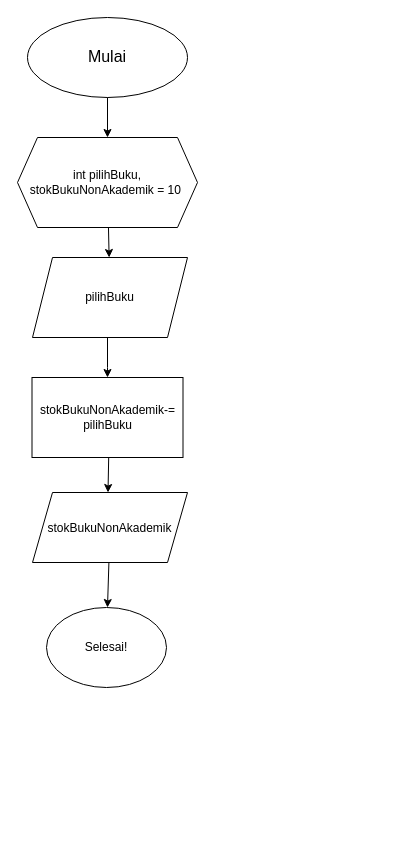
Above: Jobsheet 4/Flowchart Proyek.drawio in Dhnillhaq/daspro-jobsheet (draw.io), before the change. Source tidied: cells renumbered, new cells numbered last; positions are measured from the earlier drawing's top-left corner, leaving out a move shared by most shapes. Both pictures are drawn from the tidied source at 100%, with x=0, y=0 at pixel (17, 17).
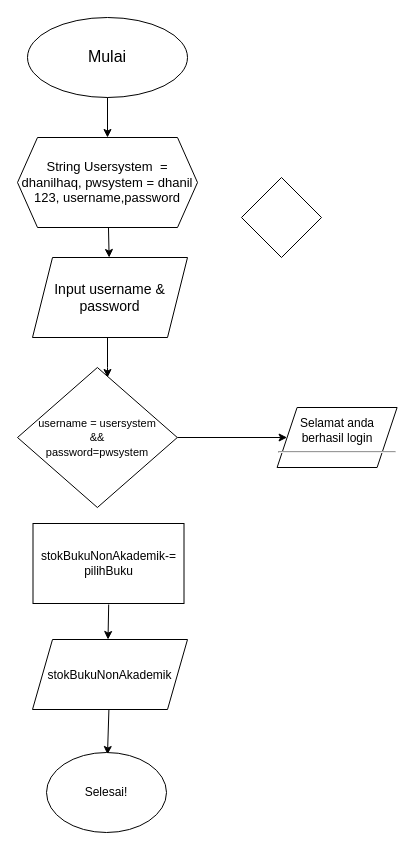
The same diagram, later.

What changed in the source:
```diff
@@
-    <mxCell id="5" value="&lt;font style=&quot;font-size: 12px;&quot;&gt;&lt;p class=&quot;MsoNormal&quot;&gt;int pilihBuku, stokBukuNonAkademik = 10&amp;nbsp;&lt;/p&gt;&lt;/font&gt;" style="shape=hexagon;perimeter=hexagonPerimeter2;whiteSpace=wrap;html=1;fixedSize=1;fontSize=12;" parent="1" vertex="1">
+    <mxCell id="5" value="&lt;font size=&quot;1&quot; style=&quot;&quot;&gt;&lt;p style=&quot;font-size: 13px;&quot; class=&quot;MsoNormal&quot;&gt;String Usersystem&amp;nbsp; = dhanilhaq, pwsystem = dhanil 123, username,password&lt;/p&gt;&lt;/font&gt;" style="shape=hexagon;perimeter=hexagonPerimeter2;whiteSpace=wrap;html=1;fixedSize=1;fontSize=12;" parent="1" vertex="1">
       <mxGeometry y="120" width="180" height="90" as="geometry" />
     </mxCell>
@@
-    <mxCell id="7" value="pilihBuku" style="shape=parallelogram;perimeter=parallelogramPerimeter;whiteSpace=wrap;html=1;fixedSize=1;fontSize=12;points=[[0,0,0,0,0],[0,0.25,0,0,0],[0,0.5,0,0,0],[0,0.75,0,0,0],[0,1,0,0,0],[0.25,0,0,0,0],[0.25,1,0,0,0],[0.5,0,0,0,0],[0.5,1,0,0,0],[0.75,0,0,0,0],[0.75,1,0,0,0],[1,0,0,0,0],[1,0.25,0,0,0],[1,0.5,0,0,0],[1,0.75,0,0,0],[1,1,0,0,0]];" parent="1" vertex="1">
+    <mxCell id="7" value="&lt;font style=&quot;font-size: 14px;&quot;&gt;Input username &amp;amp; password&lt;/font&gt;" style="shape=parallelogram;perimeter=parallelogramPerimeter;whiteSpace=wrap;html=1;fixedSize=1;fontSize=12;points=[[0,0,0,0,0],[0,0.25,0,0,0],[0,0.5,0,0,0],[0,0.75,0,0,0],[0,1,0,0,0],[0.25,0,0,0,0],[0.25,1,0,0,0],[0.5,0,0,0,0],[0.5,1,0,0,0],[0.75,0,0,0,0],[0.75,1,0,0,0],[1,0,0,0,0],[1,0.25,0,0,0],[1,0.5,0,0,0],[1,0.75,0,0,0],[1,1,0,0,0]];" parent="1" vertex="1">
       <mxGeometry x="15" y="240" width="155" height="80" as="geometry" />
     </mxCell>
     <mxCell id="8" style="rounded=0;orthogonalLoop=1;jettySize=auto;html=1;entryX=0.5;entryY=0;entryDx=0;entryDy=0;" parent="1" edge="1">
       <mxGeometry relative="1" as="geometry">
-        <mxPoint x="91.2" y="440" as="sourcePoint" />
-        <mxPoint x="90.5" y="475" as="targetPoint" />
+        <mxPoint x="91.2" y="587" as="sourcePoint" />
+        <mxPoint x="90.5" y="622" as="targetPoint" />
       </mxGeometry>
     </mxCell>
     <mxCell id="9" value="stokBukuNonAkademik-=&lt;br&gt;pilihBuku" style="whiteSpace=wrap;html=1;fontSize=12;" parent="1" vertex="1">
-      <mxGeometry x="14.5" y="360" width="151" height="80" as="geometry" />
+      <mxGeometry x="15.5" y="506" width="151" height="80" as="geometry" />
     </mxCell>
-    <mxCell id="10" style="rounded=0;jettySize=auto;html=1;" parent="1" edge="1" source="11" target="12">
-      <mxGeometry relative="1" as="geometry" />
+    <mxCell id="10" style="rounded=0;jettySize=auto;html=1;" parent="1" edge="1" source="11">
+      <mxGeometry relative="1" as="geometry">
+        <mxPoint x="90" y="737" as="targetPoint" />
+      </mxGeometry>
     </mxCell>
     <mxCell id="11" value="&lt;font style=&quot;font-size: 12px;&quot;&gt;stokBukuNonAkademik&lt;/font&gt;" style="shape=parallelogram;perimeter=parallelogramPerimeter;whiteSpace=wrap;html=1;fixedSize=1;fontSize=13;" parent="1" vertex="1">
-      <mxGeometry x="15" y="475" width="155" height="70" as="geometry" />
+      <mxGeometry x="15" y="622" width="155" height="70" as="geometry" />
     </mxCell>
     <mxCell id="12" value="Selesai!" style="ellipse;whiteSpace=wrap;html=1;" parent="1" vertex="1">
-      <mxGeometry x="29" y="590" width="120" height="80" as="geometry" />
+      <mxGeometry x="29" y="735" width="120" height="80" as="geometry" />
     </mxCell>
+    <mxCell id="13" style="rhombus;whiteSpace=wrap;html=1;" parent="1" vertex="1">
+      <mxGeometry x="224" y="160" width="80" height="80" as="geometry" />
+    </mxCell>
+    <mxCell id="14" style="edgeStyle=orthogonalEdgeStyle;rounded=0;jettySize=auto;html=1;" parent="1" edge="1" source="15" target="16">
+      <mxGeometry relative="1" as="geometry" />
+    </mxCell>
+    <mxCell id="15" value="&lt;font style=&quot;font-size: 11px;&quot;&gt;username = usersystem&lt;br&gt;&amp;amp;&amp;amp;&lt;br&gt;password=pwsystem&lt;/font&gt;" style="rhombus;whiteSpace=wrap;html=1;" parent="1" vertex="1">
+      <mxGeometry y="350" width="159.8" height="140" as="geometry" />
+    </mxCell>
+    <mxCell id="16" value="Selamat anda berhasil login&lt;hr&gt;" style="shape=parallelogram;perimeter=parallelogramPerimeter;whiteSpace=wrap;html=1;fixedSize=1;" parent="1" vertex="1">
+      <mxGeometry x="259.6" y="390" width="120" height="60" as="geometry" />
+    </mxCell>
```
